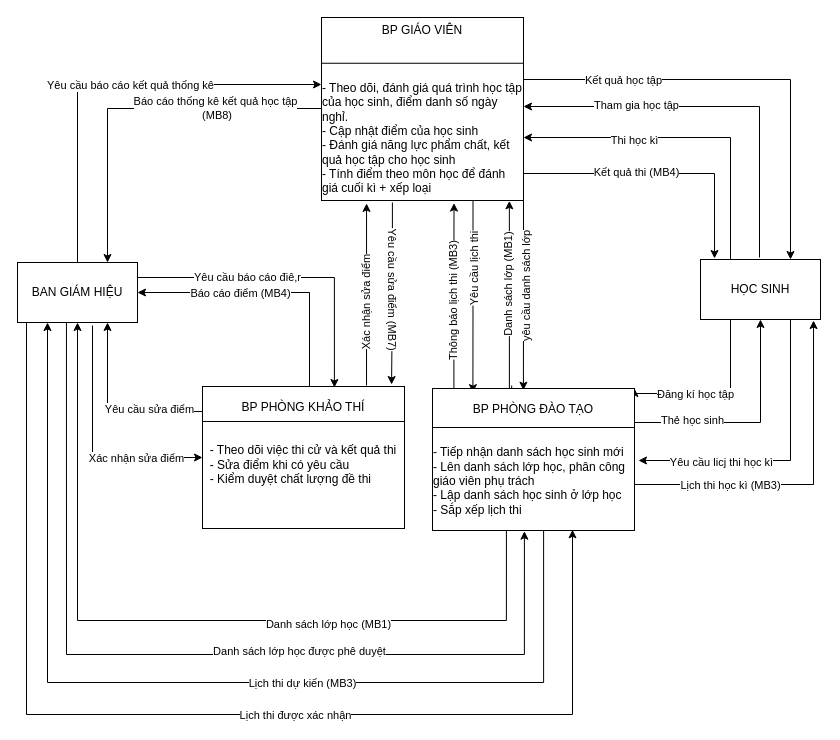
Above: 2.2.2.drawio in TLGKien/graph (draw.io), before the change. Source tidied: cells renumbered, new cells numbered last; positions are measured from the earlier drawing's top-left corner, leaving out a move shared by most shapes. Both pictures are drawn from the tidied source at 100%, with x=0, y=0 at pixel (17, 17).
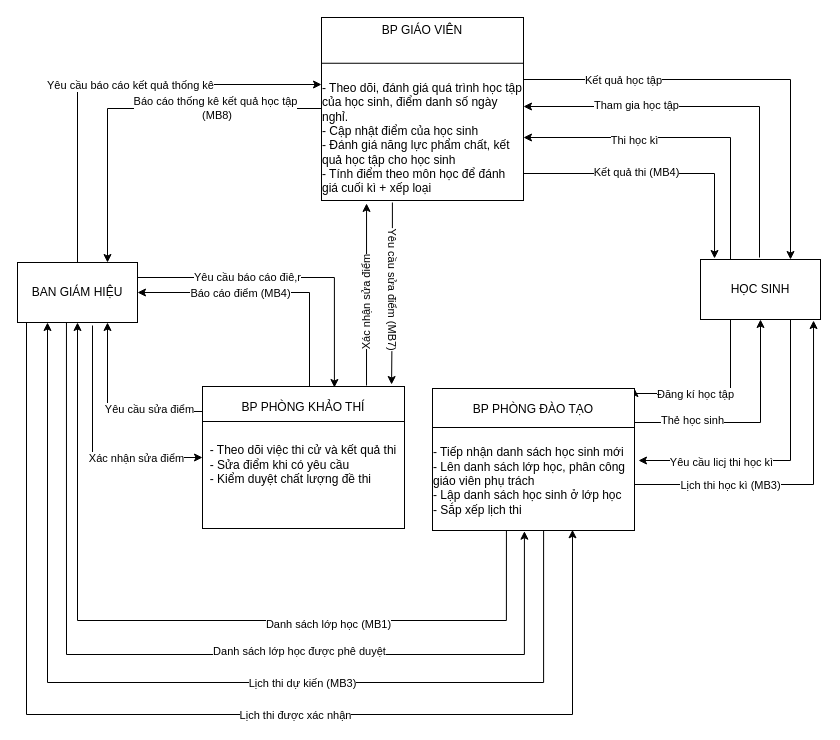
After the change.

The change refers to these unchanged cells:
```xml
<mxCell id="48" value="&lt;div&gt;BP GIÁO VIÊN&lt;/div&gt;&lt;div&gt;&lt;br&gt;&lt;/div&gt;&lt;div&gt;&lt;br&gt;&lt;/div&gt;&lt;div&gt;&lt;br&gt;&lt;/div&gt;&lt;div align=&quot;left&quot;&gt;- Theo dõi, đánh giá quá trình học tập của học sinh, điểm danh số ngày nghỉ.&lt;br&gt;&lt;/div&gt;&lt;div align=&quot;left&quot;&gt;- Cập nhật điểm của học sinh&lt;/div&gt;&lt;div align=&quot;left&quot;&gt;- Đánh giá năng lực phẩm chất, kết quả học tập cho học sinh&lt;/div&gt;&lt;div align=&quot;left&quot;&gt;- Tính điểm theo môn học để đánh giá cuối kì + xếp loại&lt;br&gt;&lt;/div&gt;" style="rounded=0;whiteSpace=wrap;html=1;" parent="1" vertex="1">
  <mxGeometry x="304" width="202" height="183" as="geometry" />
</mxCell>
<mxCell id="53" value="&lt;div align=&quot;center&quot;&gt;BP PHÒNG ĐÀO TẠO&lt;/div&gt;&lt;div align=&quot;center&quot;&gt;&lt;br&gt;&lt;/div&gt;&lt;div align=&quot;center&quot;&gt;&lt;br&gt;&lt;/div&gt;&lt;div align=&quot;left&quot;&gt;- Tiếp nhận danh sách học sinh mới&lt;/div&gt;&lt;div align=&quot;left&quot;&gt;- Lên danh sách lớp học, phân công giáo viên phụ trách&lt;/div&gt;&lt;div align=&quot;left&quot;&gt;- Lập danh sách học sinh ở lớp học&lt;/div&gt;&lt;div align=&quot;left&quot;&gt;- Sắp xếp lịch thi&lt;br&gt;&lt;/div&gt;" style="rounded=0;whiteSpace=wrap;html=1;" parent="1" vertex="1">
  <mxGeometry x="415" y="371" width="202" height="142" as="geometry" />
</mxCell>
```

Change to the diagram source:
```diff
@@
-    <mxCell id="44" style="edgeStyle=orthogonalEdgeStyle;rounded=0;jettySize=auto;html=1;exitX=0.75;exitY=1;exitDx=0;exitDy=0;entryX=0.2;entryY=0.029;entryDx=0;entryDy=0;entryPerimeter=0;" parent="1" edge="1" source="48" target="53">
-      <mxGeometry relative="1" as="geometry" />
-    </mxCell>
-    <mxCell id="45" value="Yêu cầu lịch thi" style="edgeLabel;html=1;align=center;verticalAlign=middle;rotation=-90;" parent="44" vertex="1">
-      <mxGeometry x="-0.27" relative="1" as="geometry">
-        <mxPoint y="-1" as="offset" />
-      </mxGeometry>
-    </mxCell>
-    <mxCell id="46" style="edgeStyle=orthogonalEdgeStyle;rounded=0;jettySize=auto;html=1;exitX=1;exitY=1;exitDx=0;exitDy=0;entryX=0.45;entryY=0.012;entryDx=0;entryDy=0;entryPerimeter=0;" parent="1" edge="1" source="48" target="53">
-      <mxGeometry relative="1" as="geometry" />
-    </mxCell>
-    <mxCell id="47" value="yêu cầu danh sách lớp" style="edgeLabel;html=1;align=center;verticalAlign=middle;rotation=-90;" parent="46" vertex="1">
-      <mxGeometry x="-0.36" y="2" relative="1" as="geometry">
-        <mxPoint y="26" as="offset" />
-      </mxGeometry>
-    </mxCell>
@@
-    <mxCell id="49" style="edgeStyle=orthogonalEdgeStyle;rounded=0;jettySize=auto;html=1;entryX=0.656;entryY=1.014;entryDx=0;entryDy=0;entryPerimeter=0;exitX=0.106;exitY=0.014;exitDx=0;exitDy=0;exitPerimeter=0;" parent="1" edge="1" source="53" target="48">
-      <mxGeometry relative="1" as="geometry" />
-    </mxCell>
-    <mxCell id="50" value="&lt;div&gt;Thông báo lịch thi (MB3)&lt;/div&gt;" style="edgeLabel;html=1;align=center;verticalAlign=middle;rotation=-90;" parent="49" vertex="1">
-      <mxGeometry x="0.27" relative="1" as="geometry">
-        <mxPoint x="-1" y="30" as="offset" />
-      </mxGeometry>
-    </mxCell>
-    <mxCell id="51" style="edgeStyle=orthogonalEdgeStyle;rounded=0;jettySize=auto;html=1;exitX=0.392;exitY=-0.021;exitDx=0;exitDy=0;entryX=0.93;entryY=1.002;entryDx=0;entryDy=0;entryPerimeter=0;exitPerimeter=0;" parent="1" edge="1" source="53" target="48">
-      <mxGeometry relative="1" as="geometry">
-        <Array as="points">
-          <mxPoint x="494" y="371" />
-          <mxPoint x="492" y="371" />
-        </Array>
-      </mxGeometry>
-    </mxCell>
-    <mxCell id="52" value="Danh sách lớp (MB1)" style="edgeLabel;html=1;align=center;verticalAlign=middle;rotation=-90;" parent="51" vertex="1">
-      <mxGeometry x="0.33" y="-4" relative="1" as="geometry">
-        <mxPoint x="-6" y="19" as="offset" />
-      </mxGeometry>
-    </mxCell>
```
